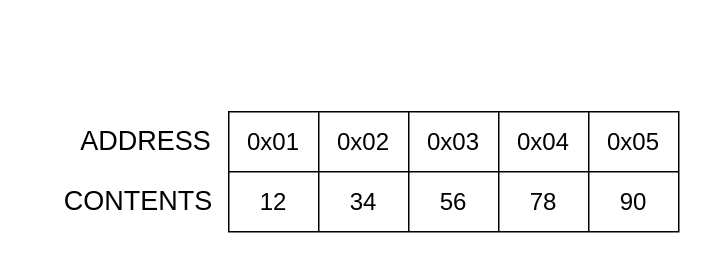
Before: page "Page-3" (3 of 3) of draw/SylixOS handle unaligned acesses.drawio in peng-fan/drawio, a draw.io diagram. Source tidied: cells renumbered, new cells numbered last; positions are measured from the earlier drawing's top-left corner, leaving out a move shared by most shapes. Both pictures are drawn from the tidied source at 150%, with x=0, y=0 at pixel (26, 111).
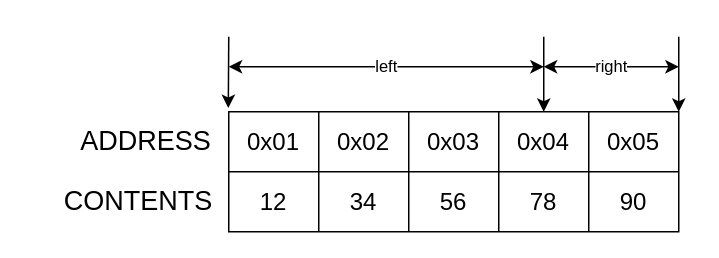
After the change.

Unchanged cells that the change refers to:
```xml
<mxCell id="3" style="shape=partialRectangle;html=1;whiteSpace=wrap;fillColor=none;top=0;left=0;bottom=0;right=0;points=[[0,0.5],[1,0.5]];portConstraint=eastwest;" parent="2" vertex="1">
  <mxGeometry width="300" height="40" as="geometry" />
</mxCell>
```

What changed in the source:
```diff
@@
+    <mxCell id="17" style="endArrow=classic;html=1;" parent="1" edge="1">
+      <mxGeometry relative="1" as="geometry">
+        <mxPoint x="345" y="-50" as="sourcePoint" />
+        <mxPoint x="345" as="targetPoint" />
+      </mxGeometry>
+    </mxCell>
+    <mxCell id="18" style="endArrow=classic;html=1;entryX=-0.001;entryY=-0.061;entryDx=0;entryDy=0;entryPerimeter=0;" parent="1" edge="1" target="3">
+      <mxGeometry relative="1" as="geometry">
+        <mxPoint x="135" y="-50" as="sourcePoint" />
+      </mxGeometry>
+    </mxCell>
+    <mxCell id="19" style="endArrow=classic;html=1;" parent="1" edge="1">
+      <mxGeometry relative="1" as="geometry">
+        <mxPoint x="435" y="-50" as="sourcePoint" />
+        <mxPoint x="435" as="targetPoint" />
+      </mxGeometry>
+    </mxCell>
+    <mxCell id="20" value="left" style="endArrow=classic;html=1;startArrow=classic;startFill=1;" parent="1" edge="1">
+      <mxGeometry relative="1" as="geometry">
+        <mxPoint x="135" y="-30" as="sourcePoint" />
+        <mxPoint x="345" y="-30" as="targetPoint" />
+      </mxGeometry>
+    </mxCell>
+    <mxCell id="21" value="right" style="endArrow=classic;html=1;startArrow=classic;startFill=1;" parent="1" edge="1">
+      <mxGeometry relative="1" as="geometry">
+        <mxPoint x="345" y="-30" as="sourcePoint" />
+        <mxPoint x="435" y="-30" as="targetPoint" />
+      </mxGeometry>
+    </mxCell>
```
